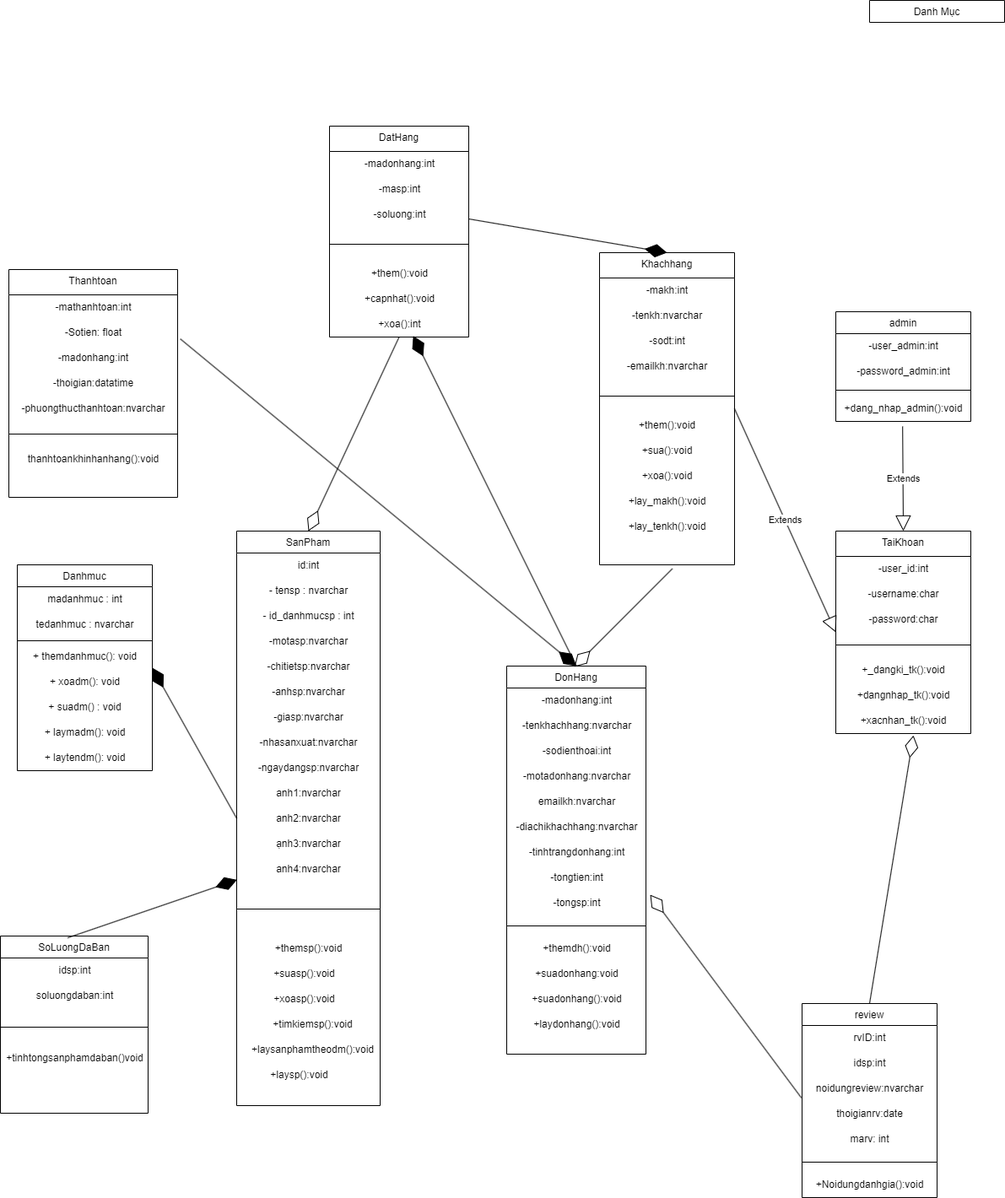
This is vẽ class diagram cho web bán hàng.drawio.png from TTHTech/Diagram, a draw.io export, as it was before one commit. Source tidied: cells renumbered, new cells last; positions are measured from the earlier drawing's top-left corner, leaving out a move shared by most shapes.
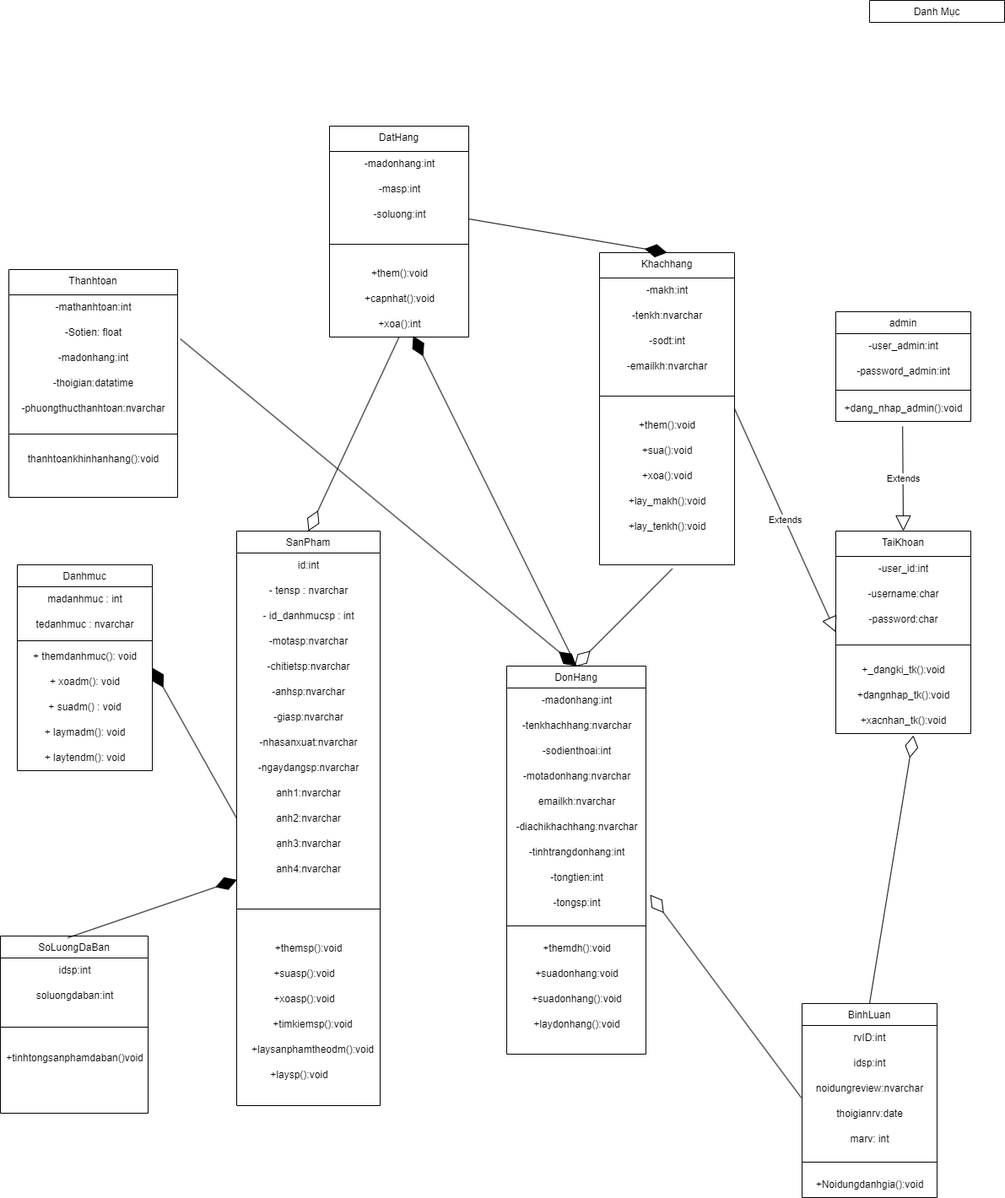
The same file after the commit.

Commit message:
Cập nhật vẽ class diagram cho web bán hàng.drawio.png

Diff of the diagram source:
```diff
@@ -313,7 +313,7 @@
     <mxCell id="103" value="+timkiemsp():void" style="text;html=1;align=center;verticalAlign=middle;strokeColor=none;fillColor=none;" parent="97" vertex="1">
       <mxGeometry x="10" y="60" width="160" height="30" as="geometry" />
     </mxCell>
-    <mxCell id="104" value="review" style="swimlane;fontStyle=0;align=center;verticalAlign=top;horizontal=1;startSize=26;rounded=0;shadow=0;strokeWidth=1;" parent="1" vertex="1">
+    <mxCell id="104" value="BinhLuan" style="swimlane;fontStyle=0;align=center;verticalAlign=top;horizontal=1;startSize=26;rounded=0;shadow=0;strokeWidth=1;" parent="1" vertex="1">
       <mxGeometry x="950" y="1189" width="160" height="230" as="geometry" />
     </mxCell>
     <mxCell id="105" value="rvID:int" style="text;html=1;align=center;verticalAlign=middle;strokeColor=none;fillColor=none;" parent="104" vertex="1">
```
